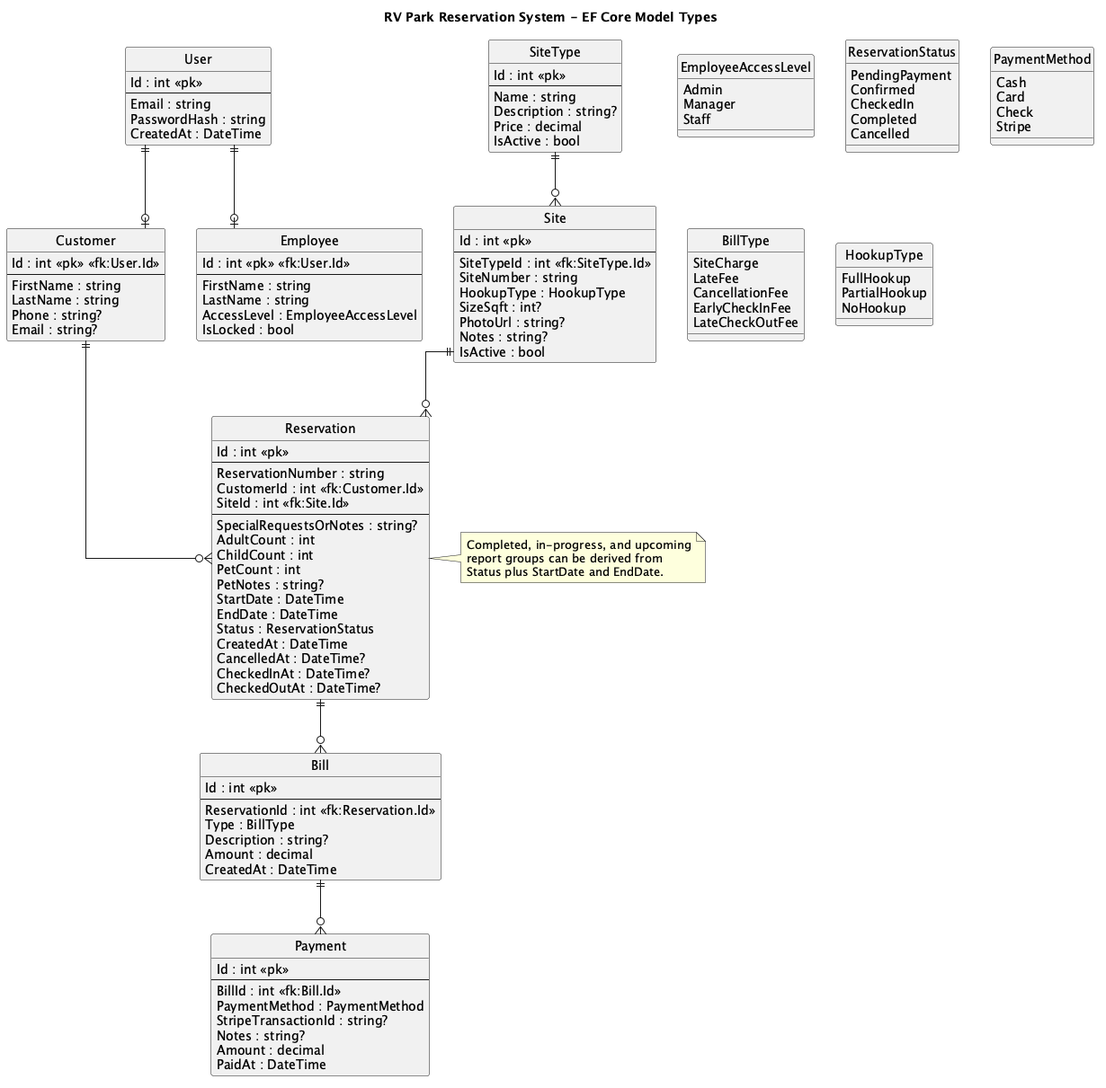
This is docs/model_erds/efcore-model-erd.png from shawnjamin/RV-Park, a PlantUML export, as it was before one commit.
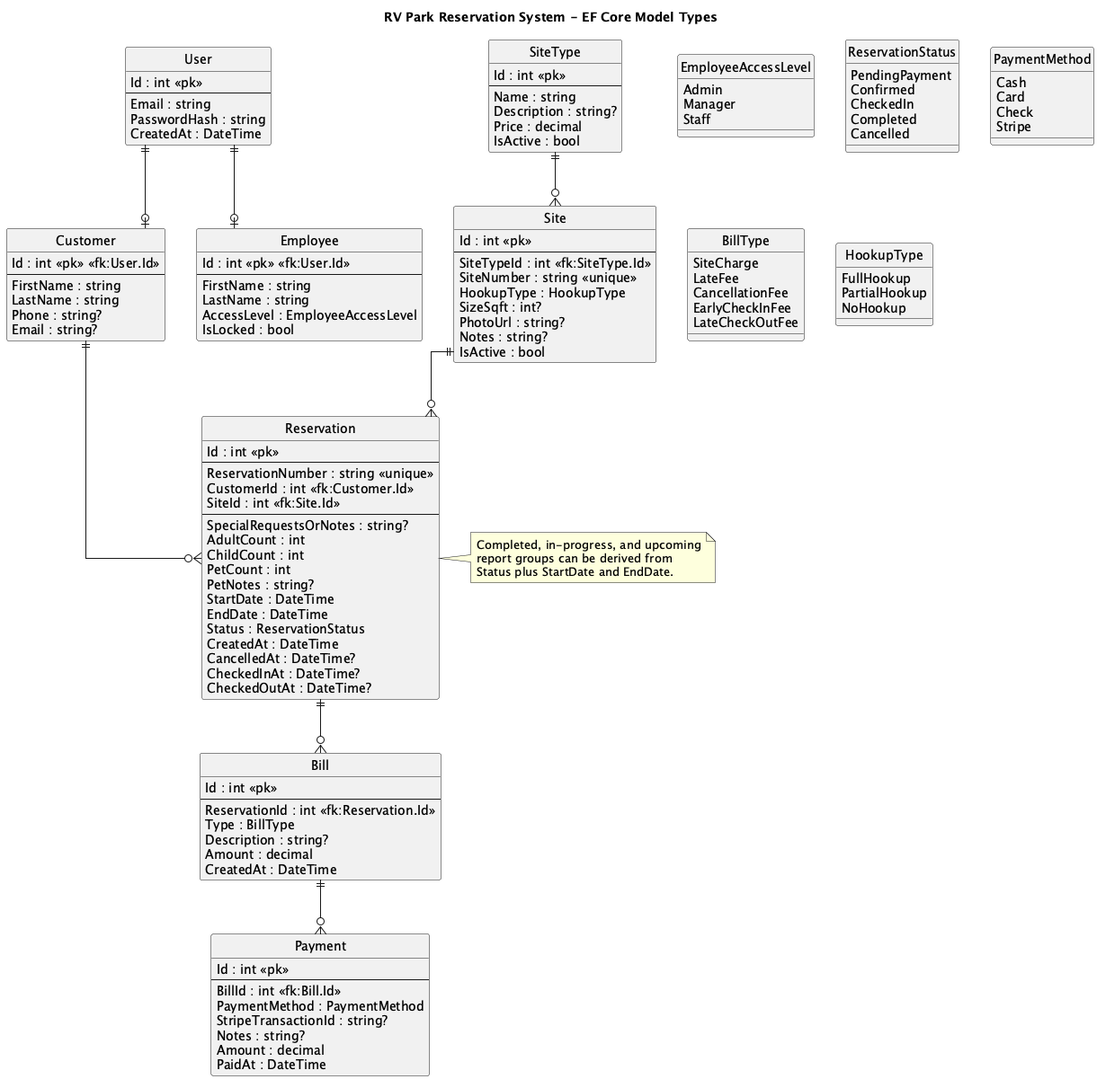
Later version of the same file.

Diff of the diagram source:
```diff
@@ -80,7 +80,7 @@
     Id : int <<pk>>
     --
     SiteTypeId : int <<fk:SiteType.Id>>
-    SiteNumber : string
+    SiteNumber : string <<unique>>
     HookupType : HookupType
     SizeSqft : int?
     PhotoUrl : string?
@@ -91,7 +91,7 @@
 entity Reservation {
     Id : int <<pk>>
     --
-    ReservationNumber : string
+    ReservationNumber : string <<unique>>
     CustomerId : int <<fk:Customer.Id>>
     SiteId : int <<fk:Site.Id>>
     --
```
